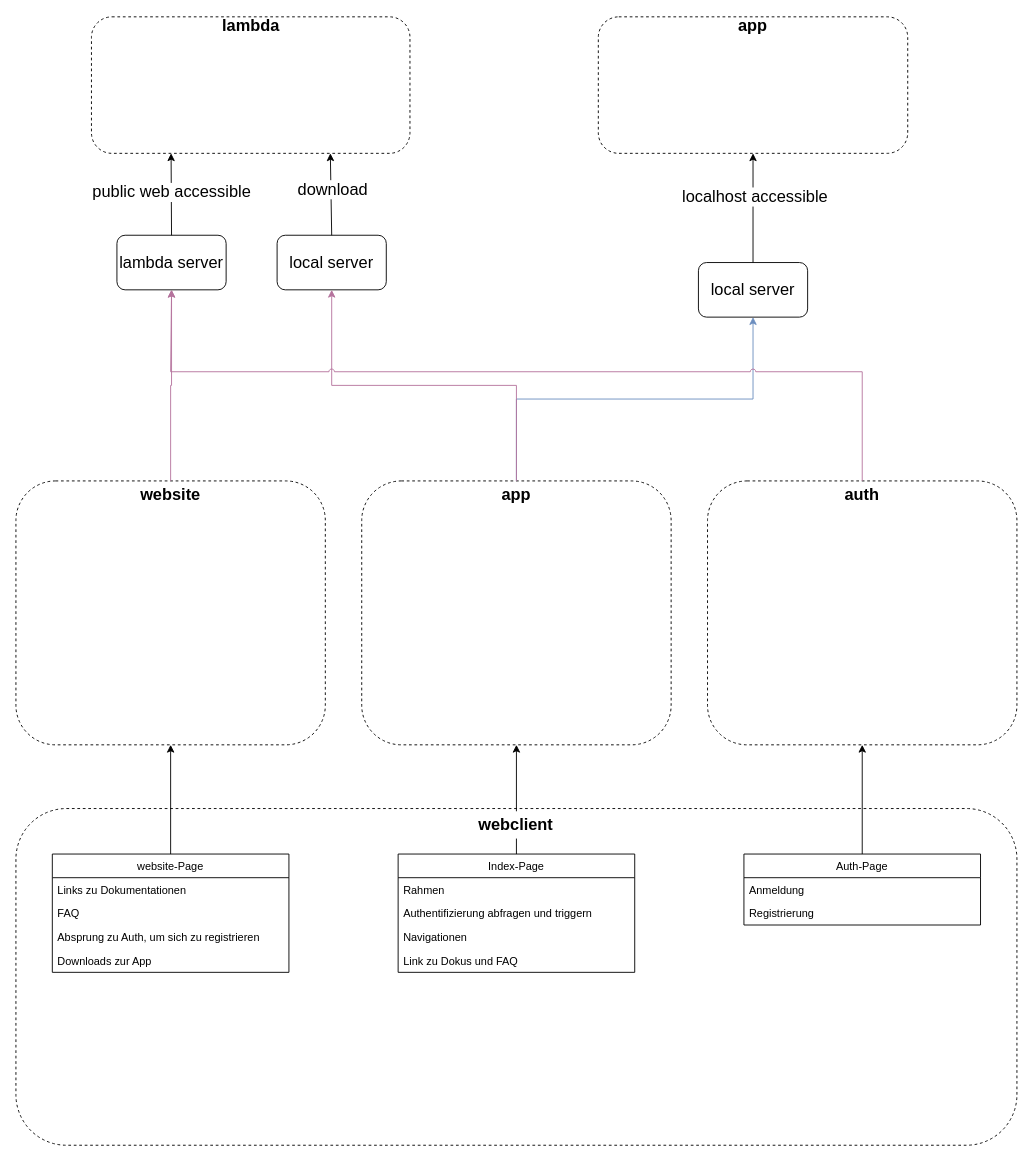
Above: diagrams/application_model.drawio in TimoSto/ThesorTeX (draw.io), before the change. Source tidied: cells renumbered, new cells numbered last; positions are measured from the earlier drawing's top-left corner, leaving out a move shared by most shapes. Both pictures are drawn from the tidied source at 91%, with x=0, y=0 at pixel (15, 16).
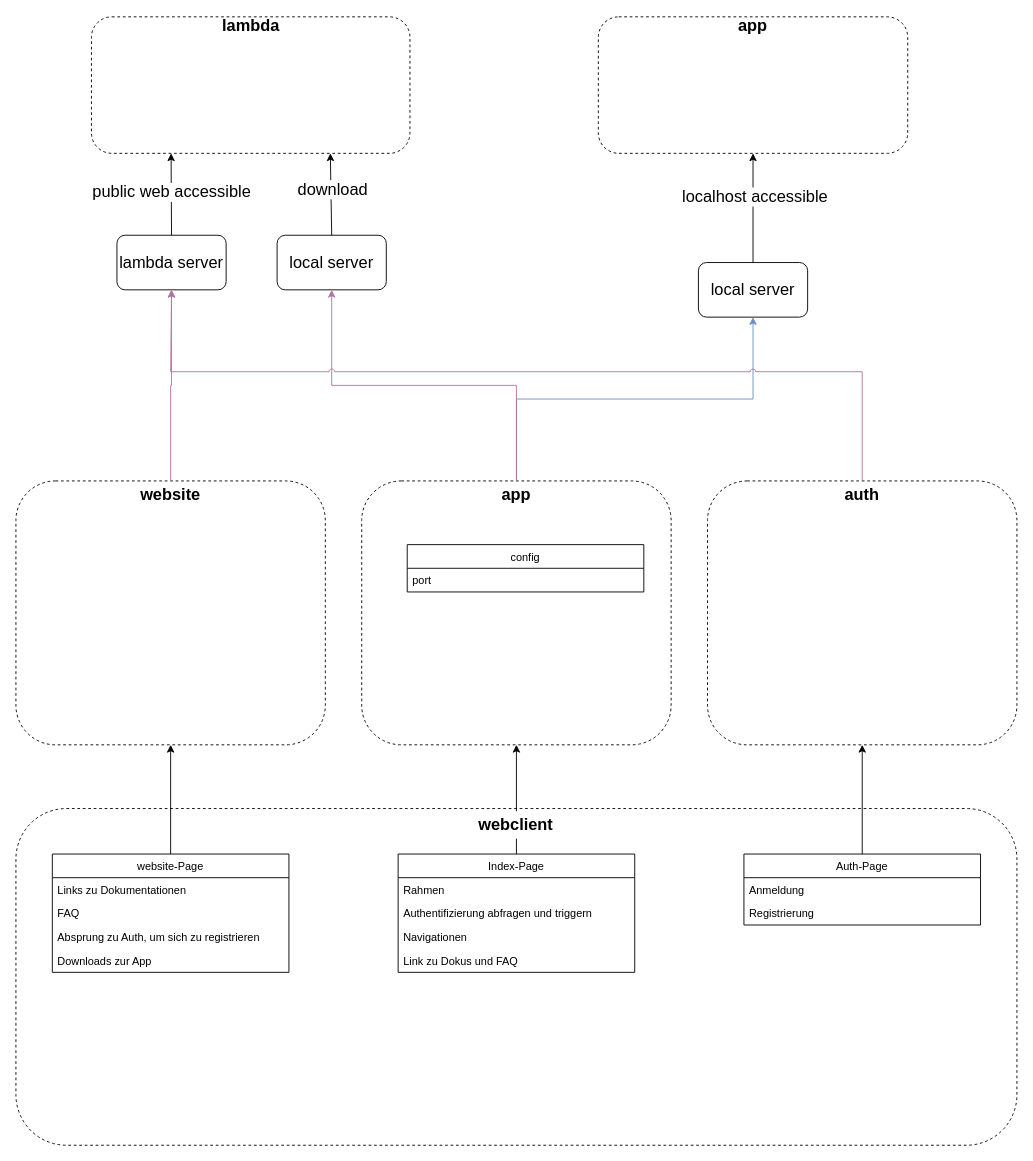
The same diagram, later.

Commit message (it also covers changes not shown here):
add simple config

Unchanged cells that the change refers to:
```xml
<mxCell id="9" style="group;" parent="1" vertex="1">
  <mxGeometry x="380" y="510" width="340" height="290" as="geometry" />
</mxCell>
```

Change to the diagram source:
```diff
@@
+    <mxCell id="49" value="config" style="swimlane;fontStyle=0;horizontal=1;startSize=26;fillColor=none;" parent="9" vertex="1">
+      <mxGeometry x="50" y="70" width="260" height="52" as="geometry" />
+    </mxCell>
+    <mxCell id="50" value="port" style="text;strokeColor=none;fillColor=none;align=left;verticalAlign=top;spacingLeft=4;spacingRight=4;overflow=hidden;" parent="49" vertex="1">
+      <mxGeometry y="26" width="260" height="26" as="geometry" />
+    </mxCell>
```
